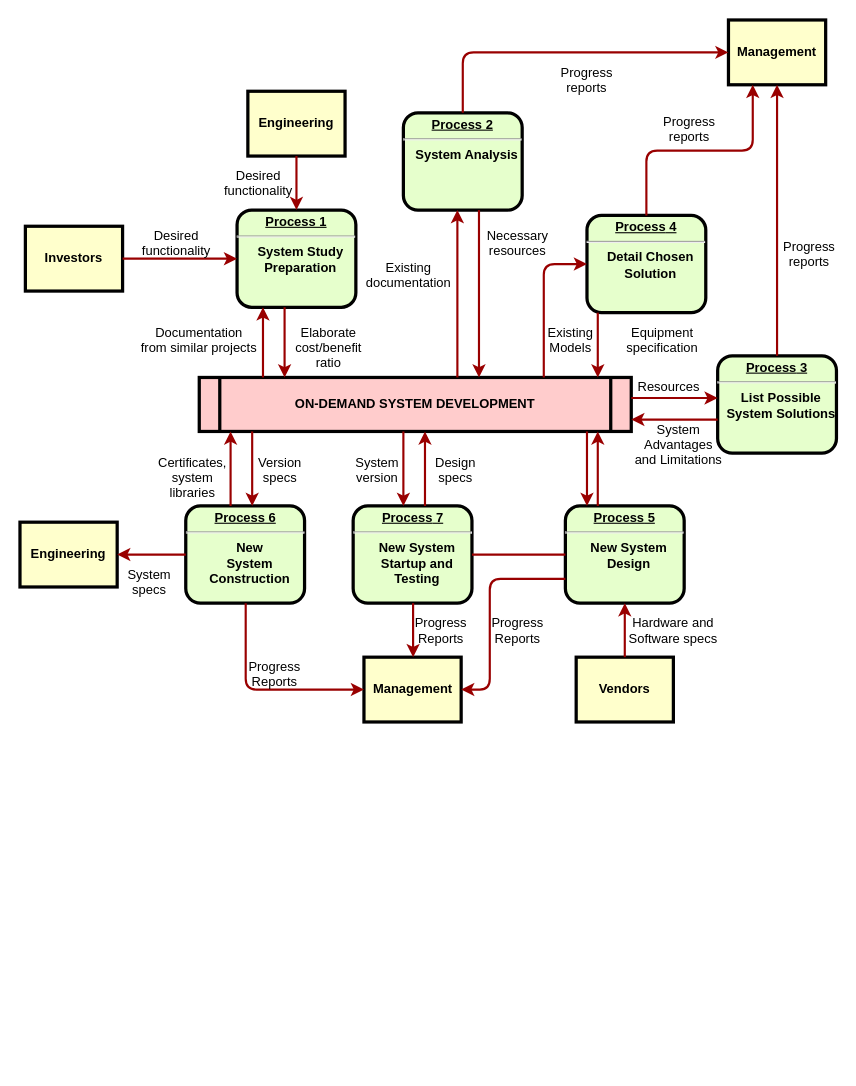
Earlier version of the draw.io diagram page "Page-1" (1 of 2) of 未命名绘图.drawio (hang360map/spider). Source tidied: cells renumbered, new cells numbered last; positions are measured from the earlier drawing's top-left corner, leaving out a move shared by most shapes. Both pictures are drawn from the tidied source at 108%, with x=0, y=0 at pixel (19, 19).
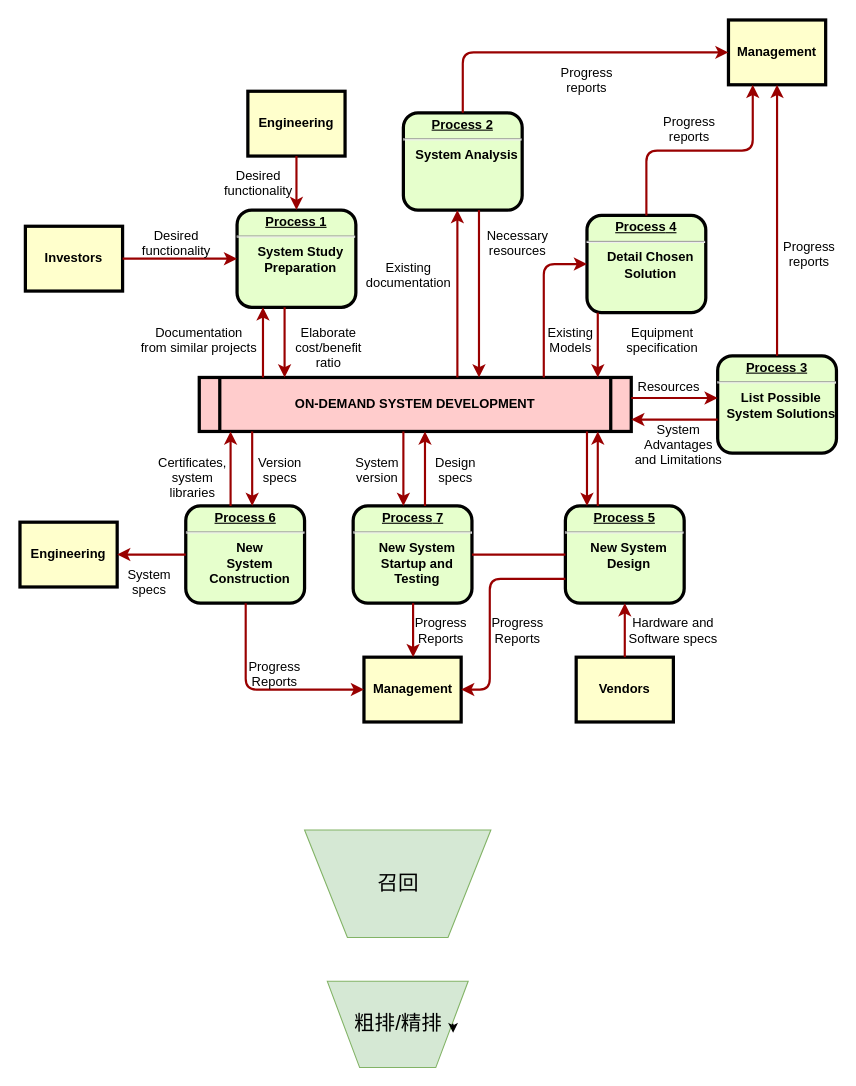
Above is the later version.

Diff of the diagram source:
```diff
@@
+    <mxCell id="63" value="&lt;font style=&quot;font-size: 19px;&quot;&gt;召回&lt;/font&gt;" style="verticalLabelPosition=middle;verticalAlign=middle;html=1;shape=trapezoid;perimeter=trapezoidPerimeter;whiteSpace=wrap;size=0.23;arcSize=10;flipV=1;labelPosition=center;align=center;rotation=0;labelBackgroundColor=none;fillColor=#d5e8d4;strokeColor=#82b366;" parent="1" vertex="1">
+      <mxGeometry x="263.5" y="750" width="172.5" height="99.5" as="geometry" />
+    </mxCell>
+    <mxCell id="64" value="&lt;span style=&quot;font-size: 19px;&quot;&gt;粗排/精排&lt;/span&gt;" style="verticalLabelPosition=middle;verticalAlign=middle;html=1;shape=trapezoid;perimeter=trapezoidPerimeter;whiteSpace=wrap;size=0.23;arcSize=10;flipV=1;labelPosition=center;align=center;rotation=0;labelBackgroundColor=none;fillColor=#d5e8d4;strokeColor=#82b366;" parent="1" vertex="1">
+      <mxGeometry x="284.5" y="890" width="130.5" height="80" as="geometry" />
+    </mxCell>
+    <mxCell id="65" style="edgeStyle=orthogonalEdgeStyle;rounded=0;orthogonalLoop=1;jettySize=auto;html=1;exitX=1;exitY=0.5;exitDx=0;exitDy=0;entryX=0.893;entryY=0.403;entryDx=0;entryDy=0;entryPerimeter=0;fontSize=19;" parent="1" edge="1" source="64" target="64">
+      <mxGeometry relative="1" as="geometry" />
+    </mxCell>
```
